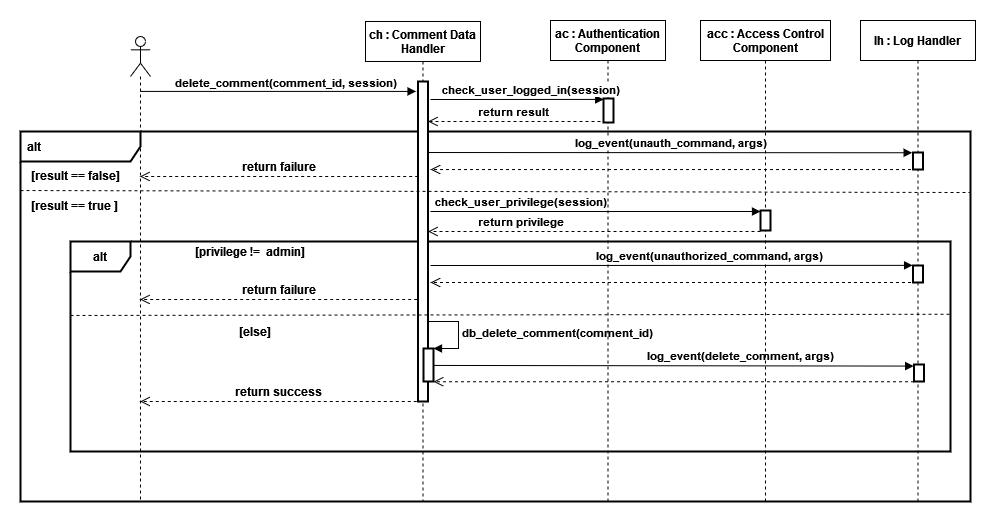
Earlier version of the draw.io export Documentation/Sequence diagrams/Sequence_Delete_Comment.png (nemkrisz11/Computer-Security-Homework-2021-SHAjt). Source tidied: cells renumbered, new cells last; positions are measured from the earlier drawing's top-left corner, leaving out a move shared by most shapes. Source of this version:
```xml
<mxGraphModel>
  <root>
    <mxCell id="0" />
    <mxCell id="1" parent="0" />
    <mxCell id="2" value="&lt;font style=&quot;font-size: 12px&quot;&gt;&lt;b&gt;alt&lt;/b&gt;&lt;/font&gt;" style="shape=umlFrame;whiteSpace=wrap;html=1;width=120;height=30;boundedLbl=1;verticalAlign=middle;align=left;spacingLeft=5;strokeWidth=2;" parent="1" vertex="1">
      <mxGeometry y="111" width="950" height="370" as="geometry" />
    </mxCell>
    <mxCell id="3" value="&lt;b&gt;alt&lt;/b&gt;" style="shape=umlFrame;whiteSpace=wrap;html=1;fontSize=12;strokeWidth=2;" parent="1" vertex="1">
      <mxGeometry x="50" y="221" width="880" height="210" as="geometry" />
    </mxCell>
    <mxCell id="4" value="&lt;b&gt;check_user_privilege(session)&lt;/b&gt;" style="html=1;verticalAlign=bottom;endArrow=block;rounded=0;" parent="1" edge="1" target="32">
      <mxGeometry x="-0.46" relative="1" as="geometry">
        <mxPoint x="410" y="191" as="sourcePoint" />
      </mxGeometry>
    </mxCell>
    <mxCell id="5" value="ch : Comment Data&#10; Handler" style="shape=umlLifeline;perimeter=lifelinePerimeter;rounded=0;shadow=0;strokeWidth=1;fontStyle=1;" parent="1" vertex="1">
      <mxGeometry x="345" y="1" width="115" height="480" as="geometry" />
    </mxCell>
    <mxCell id="6" style="points=[];perimeter=orthogonalPerimeter;rounded=0;shadow=0;strokeWidth=2;" parent="5" vertex="1">
      <mxGeometry x="52.5" y="60" width="10" height="320" as="geometry" />
    </mxCell>
    <mxCell id="7" style="html=1;points=[];perimeter=orthogonalPerimeter;fontSize=11;strokeWidth=2;" parent="5" vertex="1">
      <mxGeometry x="58" y="327" width="10" height="33" as="geometry" />
    </mxCell>
    <mxCell id="8" value="&lt;b&gt;db_delete_comment(comment_id)&lt;/b&gt;" style="edgeStyle=orthogonalEdgeStyle;html=1;align=left;spacingLeft=2;endArrow=block;rounded=0;entryX=1;entryY=0;fontSize=11;" parent="5" edge="1" target="7">
      <mxGeometry relative="1" as="geometry">
        <mxPoint x="63" y="300" as="sourcePoint" />
        <Array as="points">
          <mxPoint x="93" y="300" />
          <mxPoint x="93" y="327" />
        </Array>
      </mxGeometry>
    </mxCell>
    <mxCell id="9" style="shape=umlLifeline;participant=umlActor;perimeter=lifelinePerimeter;whiteSpace=wrap;html=1;verticalAlign=top;spacingTop=36;outlineConnect=0;" parent="1" vertex="1">
      <mxGeometry x="110" y="16" width="20" height="465" as="geometry" />
    </mxCell>
    <mxCell id="10" style="html=1;verticalAlign=bottom;endArrow=block;rounded=0;entryX=-0.195;entryY=0.031;entryDx=0;entryDy=0;entryPerimeter=0;" parent="1" edge="1" source="9" target="6">
      <mxGeometry relative="1" as="geometry" />
    </mxCell>
    <mxCell id="11" value="&lt;b&gt;delete_comment(comment_id, session)&lt;br&gt;&lt;/b&gt;" style="edgeLabel;html=1;align=center;verticalAlign=middle;" parent="10" vertex="1">
      <mxGeometry x="-0.1" y="1" relative="1" as="geometry">
        <mxPoint x="21" y="-8" as="offset" />
      </mxGeometry>
    </mxCell>
    <mxCell id="12" value="ac : Authentication&#10; Component" style="shape=umlLifeline;perimeter=lifelinePerimeter;rounded=0;shadow=0;strokeWidth=1;fontStyle=1;" parent="1" vertex="1">
      <mxGeometry x="530" width="115" height="481" as="geometry" />
    </mxCell>
    <mxCell id="13" style="points=[];perimeter=orthogonalPerimeter;rounded=0;shadow=0;strokeWidth=2;" parent="12" vertex="1">
      <mxGeometry x="53" y="78" width="10" height="24" as="geometry" />
    </mxCell>
    <mxCell id="14" value="&lt;b&gt;check_user_logged_in(session)&lt;/b&gt;" style="html=1;verticalAlign=bottom;endArrow=block;rounded=0;entryX=0.021;entryY=0.038;entryDx=0;entryDy=0;entryPerimeter=0;" parent="1" edge="1" target="13">
      <mxGeometry x="0.15" relative="1" as="geometry">
        <mxPoint x="410" y="79" as="sourcePoint" />
      </mxGeometry>
    </mxCell>
    <mxCell id="15" value="&lt;b&gt;return result&lt;br&gt;&lt;/b&gt;" style="html=1;verticalAlign=bottom;endArrow=open;dashed=1;endSize=8;rounded=0;" parent="1" edge="1" target="6">
      <mxGeometry relative="1" as="geometry">
        <mxPoint x="580" y="101" as="sourcePoint" />
      </mxGeometry>
    </mxCell>
    <mxCell id="16" style="endArrow=none;dashed=1;html=1;strokeWidth=1;rounded=0;endSize=6;exitX=0;exitY=1;exitDx=0;exitDy=0;" parent="1" edge="1" source="18">
      <mxGeometry relative="1" as="geometry">
        <mxPoint x="950" y="172" as="targetPoint" />
      </mxGeometry>
    </mxCell>
    <mxCell id="17" value="&lt;b&gt;[result == true ]&lt;br&gt;&lt;/b&gt;" style="text;html=1;strokeColor=none;fillColor=none;align=center;verticalAlign=middle;whiteSpace=wrap;rounded=0;" parent="1" vertex="1">
      <mxGeometry y="170" width="110" height="30" as="geometry" />
    </mxCell>
    <mxCell id="18" value="&lt;b&gt;[result == false]&lt;/b&gt;" style="text;html=1;strokeColor=none;fillColor=none;align=center;verticalAlign=middle;whiteSpace=wrap;rounded=0;" parent="1" vertex="1">
      <mxGeometry y="140" width="110" height="30" as="geometry" />
    </mxCell>
    <mxCell id="19" value="&lt;b&gt;return failure&lt;br&gt;&lt;/b&gt;" style="html=1;verticalAlign=bottom;endArrow=open;dashed=1;endSize=8;rounded=0;fontSize=12;strokeWidth=1;exitX=0.016;exitY=0.476;exitDx=0;exitDy=0;exitPerimeter=0;" parent="1" edge="1">
      <mxGeometry relative="1" as="geometry">
        <mxPoint x="397.7" y="156" as="sourcePoint" />
        <mxPoint x="119.5" y="156" as="targetPoint" />
      </mxGeometry>
    </mxCell>
    <mxCell id="20" value="&lt;div&gt;&lt;b&gt;[privilege !=&amp;nbsp; admin]&lt;/b&gt;&lt;/div&gt;" style="text;html=1;strokeColor=none;fillColor=none;align=center;verticalAlign=middle;whiteSpace=wrap;rounded=0;fontSize=12;" parent="1" vertex="1">
      <mxGeometry x="120" y="221" width="220" height="20" as="geometry" />
    </mxCell>
    <mxCell id="21" value="&lt;b&gt;[else]&lt;/b&gt;" style="text;html=1;strokeColor=none;fillColor=none;align=center;verticalAlign=middle;whiteSpace=wrap;rounded=0;fontSize=12;" parent="1" vertex="1">
      <mxGeometry x="150" y="301" width="170" height="20" as="geometry" />
    </mxCell>
    <mxCell id="22" style="endArrow=none;dashed=1;html=1;rounded=0;fontSize=12;endSize=6;strokeWidth=1;entryX=1;entryY=0.442;entryDx=0;entryDy=0;entryPerimeter=0;exitX=0;exitY=0.352;exitDx=0;exitDy=0;exitPerimeter=0;" parent="1" edge="1" source="3">
      <mxGeometry relative="1" as="geometry">
        <mxPoint x="930" y="293.7" as="targetPoint" />
      </mxGeometry>
    </mxCell>
    <mxCell id="23" value="&lt;b&gt;return success&lt;br&gt;&lt;/b&gt;" style="html=1;verticalAlign=bottom;endArrow=open;dashed=1;endSize=8;rounded=0;fontSize=12;strokeWidth=1;exitX=-0.13;exitY=1;exitDx=0;exitDy=0;exitPerimeter=0;" parent="1" edge="1" source="6" target="9">
      <mxGeometry relative="1" as="geometry" />
    </mxCell>
    <mxCell id="24" value="&lt;b&gt;return failure&lt;br&gt;&lt;/b&gt;" style="html=1;verticalAlign=bottom;endArrow=open;dashed=1;endSize=8;rounded=0;fontSize=12;strokeWidth=1;exitX=0.016;exitY=0.476;exitDx=0;exitDy=0;exitPerimeter=0;" parent="1" edge="1">
      <mxGeometry relative="1" as="geometry">
        <mxPoint x="396.7" y="279" as="sourcePoint" />
        <mxPoint x="119.5" y="279" as="targetPoint" />
      </mxGeometry>
    </mxCell>
    <mxCell id="25" value="lh : Log Handler" style="shape=umlLifeline;perimeter=lifelinePerimeter;rounded=0;shadow=0;strokeWidth=1;fontStyle=1;" parent="1" vertex="1">
      <mxGeometry x="840" width="115" height="481" as="geometry" />
    </mxCell>
    <mxCell id="26" style="points=[];perimeter=orthogonalPerimeter;rounded=0;shadow=0;strokeWidth=2;" parent="25" vertex="1">
      <mxGeometry x="52.5" y="132" width="10" height="17" as="geometry" />
    </mxCell>
    <mxCell id="27" style="points=[];perimeter=orthogonalPerimeter;rounded=0;shadow=0;strokeWidth=2;" parent="25" vertex="1">
      <mxGeometry x="52.5" y="245" width="10" height="17" as="geometry" />
    </mxCell>
    <mxCell id="28" value="&lt;font style=&quot;font-size: 11px&quot;&gt;&lt;b&gt;log_event(delete_comment, args)&lt;br&gt;&lt;/b&gt;&lt;/font&gt;" style="html=1;verticalAlign=bottom;endArrow=block;rounded=0;fontSize=12;endSize=6;strokeWidth=1;entryX=-0.031;entryY=0.093;entryDx=0;entryDy=0;entryPerimeter=0;" parent="1" edge="1" target="37">
      <mxGeometry x="0.28" relative="1" as="geometry">
        <mxPoint x="413" y="344.9" as="sourcePoint" />
      </mxGeometry>
    </mxCell>
    <mxCell id="29" style="html=1;verticalAlign=bottom;endArrow=open;dashed=1;endSize=8;rounded=0;fontSize=12;strokeWidth=1;exitX=0.098;exitY=1.01;exitDx=0;exitDy=0;exitPerimeter=0;" parent="1" edge="1">
      <mxGeometry relative="1" as="geometry">
        <mxPoint x="893.5" y="361.2" as="sourcePoint" />
        <mxPoint x="413" y="361.2" as="targetPoint" />
      </mxGeometry>
    </mxCell>
    <mxCell id="30" value="acc : Access Control&#10;Component" style="shape=umlLifeline;perimeter=lifelinePerimeter;rounded=0;shadow=0;strokeWidth=1;fontStyle=1;" parent="1" vertex="1">
      <mxGeometry x="680" width="130" height="481" as="geometry" />
    </mxCell>
    <mxCell id="31" value="&lt;font style=&quot;font-size: 11px&quot;&gt;&lt;b&gt;return privilege&lt;br&gt;&lt;/b&gt;&lt;/font&gt;" style="html=1;verticalAlign=bottom;endArrow=open;dashed=1;endSize=8;rounded=0;fontSize=12;strokeWidth=1;" parent="30" edge="1" target="6">
      <mxGeometry x="0.44" relative="1" as="geometry">
        <mxPoint x="60" y="211" as="sourcePoint" />
      </mxGeometry>
    </mxCell>
    <mxCell id="32" style="points=[];perimeter=orthogonalPerimeter;rounded=0;shadow=0;strokeWidth=2;" parent="30" vertex="1">
      <mxGeometry x="60" y="190" width="10" height="20" as="geometry" />
    </mxCell>
    <mxCell id="33" value="&lt;font style=&quot;font-size: 11px&quot;&gt;&lt;b&gt;log_event(unauthorized_command, args)&lt;br&gt;&lt;/b&gt;&lt;/font&gt;" style="html=1;verticalAlign=bottom;endArrow=block;rounded=0;fontSize=12;endSize=6;strokeWidth=1;entryX=-0.041;entryY=-0.008;entryDx=0;entryDy=0;entryPerimeter=0;" parent="1" edge="1" target="27">
      <mxGeometry x="0.16" relative="1" as="geometry">
        <mxPoint x="410" y="245" as="sourcePoint" />
      </mxGeometry>
    </mxCell>
    <mxCell id="34" style="html=1;verticalAlign=bottom;endArrow=open;dashed=1;endSize=8;rounded=0;fontSize=12;strokeWidth=1;exitX=0.098;exitY=1.01;exitDx=0;exitDy=0;exitPerimeter=0;startSize=7;" parent="1" edge="1">
      <mxGeometry relative="1" as="geometry">
        <mxPoint x="890.5" y="262" as="sourcePoint" />
        <mxPoint x="410" y="262" as="targetPoint" />
      </mxGeometry>
    </mxCell>
    <mxCell id="35" value="&lt;font style=&quot;font-size: 11px&quot;&gt;&lt;b&gt;log_event(unauth_command, args)&lt;br&gt;&lt;/b&gt;&lt;/font&gt;" style="html=1;verticalAlign=bottom;endArrow=block;rounded=0;fontSize=12;endSize=6;strokeWidth=1;entryX=-0.085;entryY=0.015;entryDx=0;entryDy=0;entryPerimeter=0;" parent="1" edge="1" target="26">
      <mxGeometry relative="1" as="geometry">
        <mxPoint x="408" y="132" as="sourcePoint" />
      </mxGeometry>
    </mxCell>
    <mxCell id="36" style="html=1;verticalAlign=bottom;endArrow=open;dashed=1;endSize=8;rounded=0;fontSize=12;strokeWidth=1;exitX=0.098;exitY=1.01;exitDx=0;exitDy=0;exitPerimeter=0;startSize=7;" parent="1" edge="1">
      <mxGeometry relative="1" as="geometry">
        <mxPoint x="890.5" y="149" as="sourcePoint" />
        <mxPoint x="410" y="149" as="targetPoint" />
      </mxGeometry>
    </mxCell>
    <mxCell id="37" style="points=[];perimeter=orthogonalPerimeter;rounded=0;shadow=0;strokeWidth=2;" parent="1" vertex="1">
      <mxGeometry x="893.5" y="344" width="10" height="17" as="geometry" />
    </mxCell>
  </root>
</mxGraphModel>
```
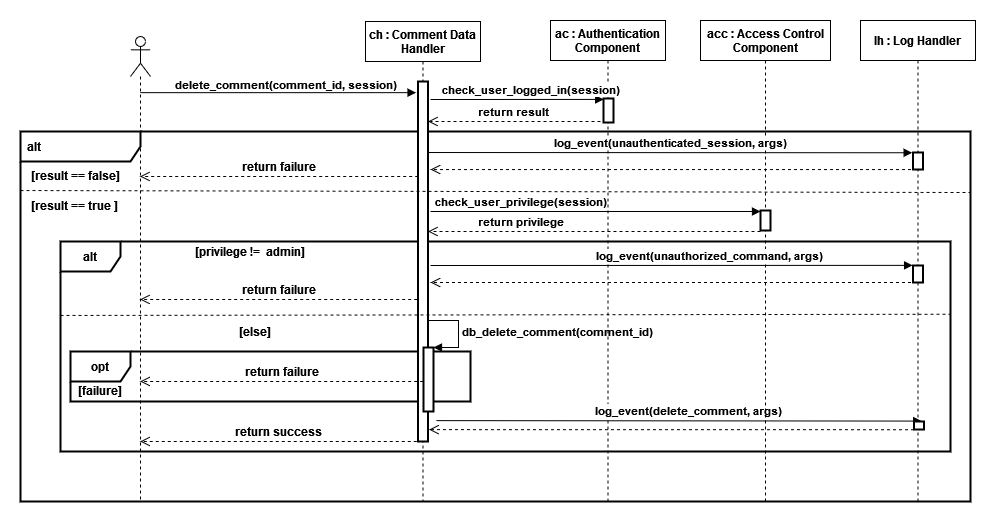
After the commit.

What changed in the source:
```diff
@@ -6,8 +6,11 @@
       <mxGeometry y="111" width="950" height="370" as="geometry" />
     </mxCell>
     <mxCell id="3" value="&lt;b&gt;alt&lt;/b&gt;" style="shape=umlFrame;whiteSpace=wrap;html=1;fontSize=12;strokeWidth=2;" parent="1" vertex="1">
-      <mxGeometry x="50" y="221" width="880" height="210" as="geometry" />
+      <mxGeometry x="40" y="221" width="890" height="210" as="geometry" />
     </mxCell>
+    <mxCell id="38" value="&lt;b&gt;opt&lt;/b&gt;" style="shape=umlFrame;whiteSpace=wrap;html=1;strokeWidth=2;" parent="1" vertex="1">
+      <mxGeometry x="50" y="331" width="400" height="50" as="geometry" />
+    </mxCell>
     <mxCell id="4" value="&lt;b&gt;check_user_privilege(session)&lt;/b&gt;" style="html=1;verticalAlign=bottom;endArrow=block;rounded=0;" parent="1" edge="1" target="32">
       <mxGeometry x="-0.46" relative="1" as="geometry">
         <mxPoint x="410" y="191" as="sourcePoint" />
@@ -17,17 +20,17 @@
       <mxGeometry x="345" y="1" width="115" height="480" as="geometry" />
     </mxCell>
     <mxCell id="6" style="points=[];perimeter=orthogonalPerimeter;rounded=0;shadow=0;strokeWidth=2;" parent="5" vertex="1">
-      <mxGeometry x="52.5" y="60" width="10" height="320" as="geometry" />
+      <mxGeometry x="52.5" y="60" width="10" height="360" as="geometry" />
     </mxCell>
     <mxCell id="7" style="html=1;points=[];perimeter=orthogonalPerimeter;fontSize=11;strokeWidth=2;" parent="5" vertex="1">
-      <mxGeometry x="58" y="327" width="10" height="33" as="geometry" />
+      <mxGeometry x="58" y="326" width="10" height="64" as="geometry" />
     </mxCell>
     <mxCell id="8" value="&lt;b&gt;db_delete_comment(comment_id)&lt;/b&gt;" style="edgeStyle=orthogonalEdgeStyle;html=1;align=left;spacingLeft=2;endArrow=block;rounded=0;entryX=1;entryY=0;fontSize=11;" parent="5" edge="1" target="7">
       <mxGeometry relative="1" as="geometry">
-        <mxPoint x="63" y="300" as="sourcePoint" />
+        <mxPoint x="63" y="299" as="sourcePoint" />
         <Array as="points">
-          <mxPoint x="93" y="300" />
-          <mxPoint x="93" y="327" />
+          <mxPoint x="93" y="299" />
+          <mxPoint x="93" y="326" />
         </Array>
       </mxGeometry>
     </mxCell>
@@ -104,15 +107,15 @@
     <mxCell id="27" style="points=[];perimeter=orthogonalPerimeter;rounded=0;shadow=0;strokeWidth=2;" parent="25" vertex="1">
       <mxGeometry x="52.5" y="245" width="10" height="17" as="geometry" />
     </mxCell>
-    <mxCell id="28" value="&lt;font style=&quot;font-size: 11px&quot;&gt;&lt;b&gt;log_event(delete_comment, args)&lt;br&gt;&lt;/b&gt;&lt;/font&gt;" style="html=1;verticalAlign=bottom;endArrow=block;rounded=0;fontSize=12;endSize=6;strokeWidth=1;entryX=-0.031;entryY=0.093;entryDx=0;entryDy=0;entryPerimeter=0;" parent="1" edge="1" target="37">
-      <mxGeometry x="0.28" relative="1" as="geometry">
-        <mxPoint x="413" y="344.9" as="sourcePoint" />
+    <mxCell id="28" value="&lt;font style=&quot;font-size: 11px&quot;&gt;&lt;b&gt;log_event(delete_comment, args)&lt;br&gt;&lt;/b&gt;&lt;/font&gt;" style="html=1;verticalAlign=bottom;endArrow=block;rounded=0;fontSize=12;endSize=6;strokeWidth=1;entryX=-0.031;entryY=0.093;entryDx=0;entryDy=0;entryPerimeter=0;exitX=1.03;exitY=0.942;exitDx=0;exitDy=0;exitPerimeter=0;" parent="1" edge="1">
+      <mxGeometry x="0.04" relative="1" as="geometry">
+        <mxPoint x="415.8" y="400.1" as="sourcePoint" />
+        <mxPoint x="901.2" y="400.6" as="targetPoint" />
       </mxGeometry>
     </mxCell>
-    <mxCell id="29" style="html=1;verticalAlign=bottom;endArrow=open;dashed=1;endSize=8;rounded=0;fontSize=12;strokeWidth=1;exitX=0.098;exitY=1.01;exitDx=0;exitDy=0;exitPerimeter=0;" parent="1" edge="1">
+    <mxCell id="29" style="html=1;verticalAlign=bottom;endArrow=open;dashed=1;endSize=8;rounded=0;fontSize=12;strokeWidth=1;exitX=0.098;exitY=1.01;exitDx=0;exitDy=0;exitPerimeter=0;entryX=1.103;entryY=0.967;entryDx=0;entryDy=0;entryPerimeter=0;" parent="1" edge="1" target="6">
       <mxGeometry relative="1" as="geometry">
-        <mxPoint x="893.5" y="361.2" as="sourcePoint" />
-        <mxPoint x="413" y="361.2" as="targetPoint" />
+        <mxPoint x="893.5" y="409.2" as="sourcePoint" />
       </mxGeometry>
     </mxCell>
     <mxCell id="30" value="acc : Access Control&#10;Component" style="shape=umlLifeline;perimeter=lifelinePerimeter;rounded=0;shadow=0;strokeWidth=1;fontStyle=1;" parent="1" vertex="1">
@@ -137,7 +140,7 @@
         <mxPoint x="410" y="262" as="targetPoint" />
       </mxGeometry>
     </mxCell>
-    <mxCell id="35" value="&lt;font style=&quot;font-size: 11px&quot;&gt;&lt;b&gt;log_event(unauth_command, args)&lt;br&gt;&lt;/b&gt;&lt;/font&gt;" style="html=1;verticalAlign=bottom;endArrow=block;rounded=0;fontSize=12;endSize=6;strokeWidth=1;entryX=-0.085;entryY=0.015;entryDx=0;entryDy=0;entryPerimeter=0;" parent="1" edge="1" target="26">
+    <mxCell id="35" value="&lt;font style=&quot;font-size: 11px&quot;&gt;&lt;b&gt;log_event(unauthenticated_session, args)&lt;br&gt;&lt;/b&gt;&lt;/font&gt;" style="html=1;verticalAlign=bottom;endArrow=block;rounded=0;fontSize=12;endSize=6;strokeWidth=1;entryX=-0.085;entryY=0.015;entryDx=0;entryDy=0;entryPerimeter=0;" parent="1" edge="1" target="26">
       <mxGeometry relative="1" as="geometry">
         <mxPoint x="408" y="132" as="sourcePoint" />
       </mxGeometry>
@@ -149,7 +152,15 @@
       </mxGeometry>
     </mxCell>
     <mxCell id="37" style="points=[];perimeter=orthogonalPerimeter;rounded=0;shadow=0;strokeWidth=2;" parent="1" vertex="1">
-      <mxGeometry x="893.5" y="344" width="10" height="17" as="geometry" />
+      <mxGeometry x="893.5" y="401" width="10" height="8" as="geometry" />
     </mxCell>
+    <mxCell id="39" value="&lt;b&gt;return failure&lt;br&gt;&lt;/b&gt;" style="html=1;verticalAlign=bottom;endArrow=open;dashed=1;endSize=8;rounded=0;fontSize=12;strokeWidth=1;exitX=0.016;exitY=0.476;exitDx=0;exitDy=0;exitPerimeter=0;" parent="1" edge="1" target="9">
+      <mxGeometry relative="1" as="geometry">
+        <mxPoint x="402.7" y="361" as="sourcePoint" />
+      </mxGeometry>
+    </mxCell>
+    <mxCell id="40" value="&lt;b&gt;[failure]&lt;/b&gt;" style="text;html=1;strokeColor=none;fillColor=none;align=center;verticalAlign=middle;whiteSpace=wrap;rounded=0;" parent="1" vertex="1">
+      <mxGeometry x="50" y="355" width="60" height="30" as="geometry" />
+    </mxCell>
   </root>
 </mxGraphModel>
```
